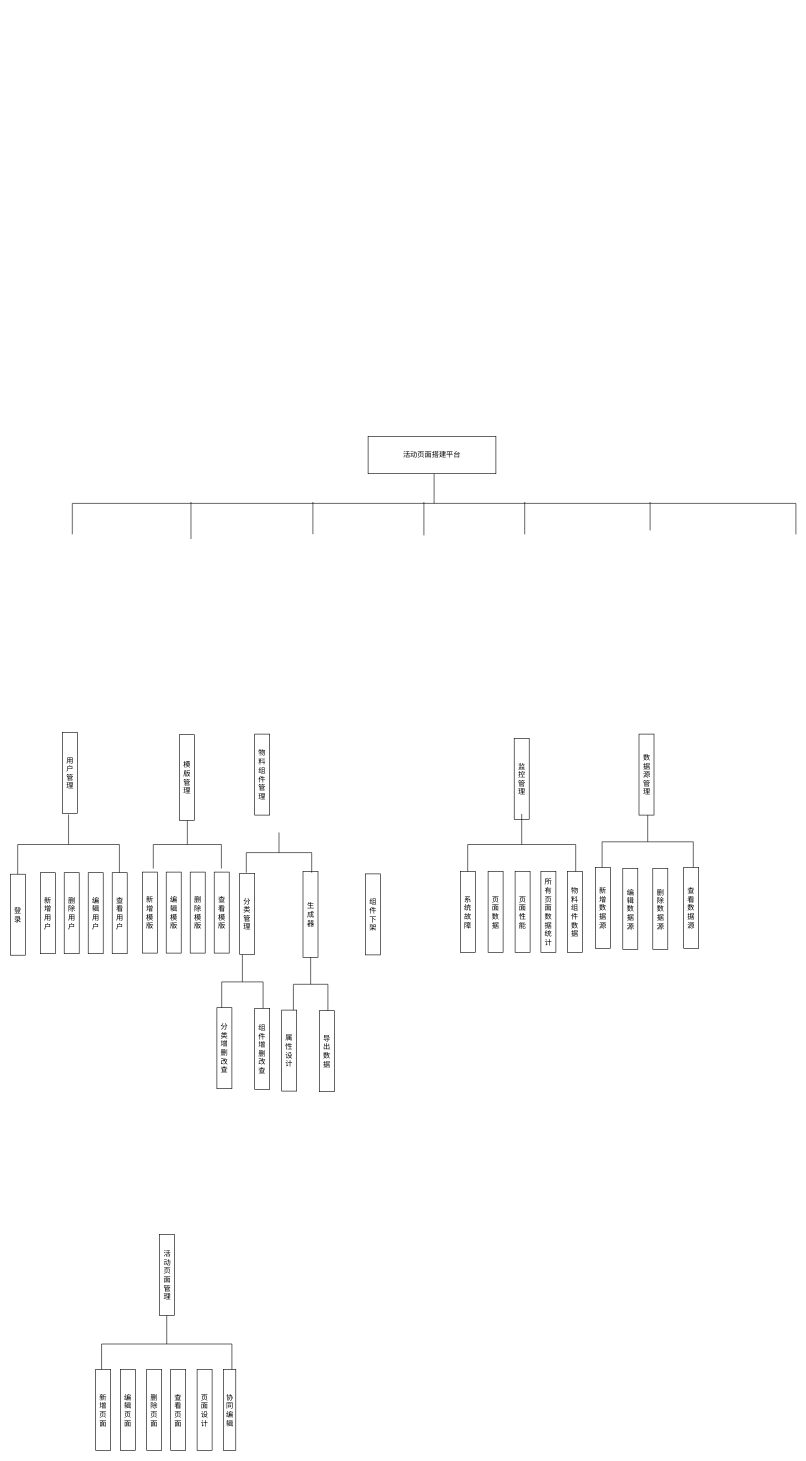
The draw.io diagram 第四章结构图.drawio in yuxinyu12345/diagrams, before the edit. Source tidied: cells renumbered, new cells numbered last; positions are measured from the earlier drawing's top-left corner, leaving out a move shared by most shapes. Both pictures are drawn from the tidied source at 60%, with x=0, y=0 at pixel (10, 436).
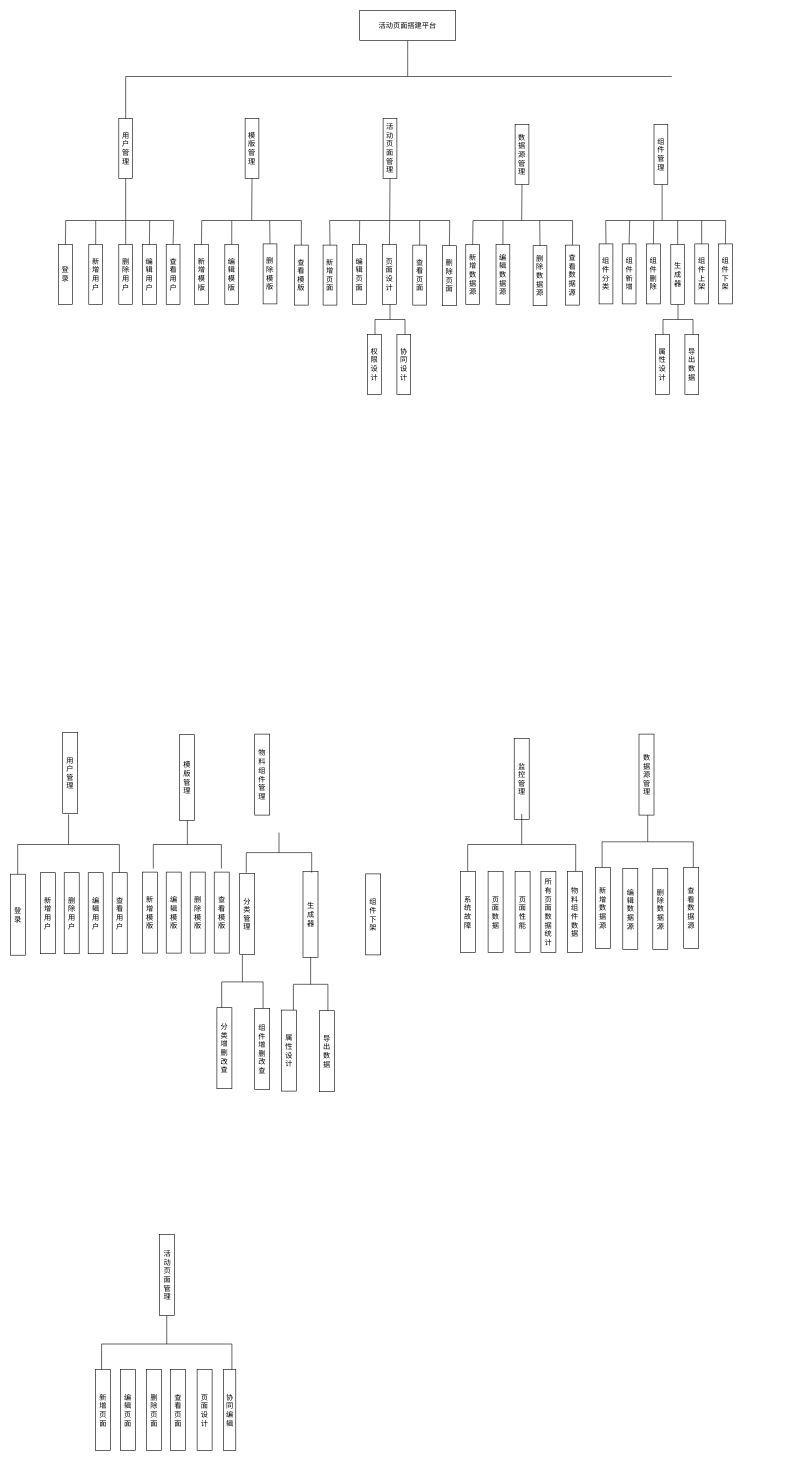
The same diagram, later.

Commit message:
更新第四章结构图.drawio

Diff of the diagram source:
```diff
@@
-    <mxCell id="2" style="strokeWidth=1;html=1;shape=mxgraph.flowchart.annotation_2;align=left;labelPosition=right;rotation=0;direction=south;" parent="1" vertex="1">
-      <mxGeometry x="103" y="60" width="1206" height="103" as="geometry" />
-    </mxCell>
-    <mxCell id="3" value="&lt;font style=&quot;font-size: 12px;&quot;&gt;活动页面搭建平台&lt;/font&gt;" style="rounded=0;whiteSpace=wrap;html=1;" parent="1" vertex="1">
-      <mxGeometry x="596" width="213" height="62" as="geometry" />
-    </mxCell>
@@
-    <mxCell id="6" style="shape=partialRectangle;whiteSpace=wrap;html=1;right=0;top=0;bottom=0;fillColor=none;routingCenterX=-0.5;" parent="1" vertex="1">
-      <mxGeometry x="300.8" y="110" width="120" height="60" as="geometry" />
-    </mxCell>
@@
-    <mxCell id="8" style="shape=partialRectangle;whiteSpace=wrap;html=1;right=0;top=0;bottom=0;fillColor=none;routingCenterX=-0.5;" parent="1" vertex="1">
-      <mxGeometry x="504" y="110" width="120" height="52" as="geometry" />
-    </mxCell>
@@
-    <mxCell id="48" style="shape=partialRectangle;whiteSpace=wrap;html=1;right=0;top=0;bottom=0;fillColor=none;routingCenterX=-0.5;" parent="1" vertex="1">
-      <mxGeometry x="689" y="110" width="120" height="54" as="geometry" />
-    </mxCell>
-    <mxCell id="49" style="shape=partialRectangle;whiteSpace=wrap;html=1;right=0;top=0;bottom=0;fillColor=none;routingCenterX=-0.5;" parent="1" vertex="1">
-      <mxGeometry x="857" y="110" width="120" height="52.2" as="geometry" />
-    </mxCell>
-    <mxCell id="50" style="shape=partialRectangle;whiteSpace=wrap;html=1;right=0;top=0;bottom=0;fillColor=none;routingCenterX=-0.5;" parent="1" vertex="1">
-      <mxGeometry x="1066" y="110" width="120" height="45.8" as="geometry" />
-    </mxCell>
@@
+    <mxCell id="3" value="&lt;font style=&quot;font-size: 12px;&quot;&gt;活动页面搭建平台&lt;/font&gt;" style="rounded=0;whiteSpace=wrap;html=1;" parent="1" vertex="1">
+      <mxGeometry x="582" y="-710" width="160" height="50" as="geometry" />
+    </mxCell>
+    <mxCell id="54" value="用户管理" style="rounded=0;whiteSpace=wrap;html=1;" parent="1" vertex="1">
+      <mxGeometry x="180.5" y="-530" width="23" height="100" as="geometry" />
+    </mxCell>
+    <mxCell id="55" value="模版管理" style="rounded=0;whiteSpace=wrap;html=1;" parent="1" vertex="1">
+      <mxGeometry x="391" y="-530" width="23" height="100" as="geometry" />
+    </mxCell>
+    <mxCell id="56" value="组件管理" style="rounded=0;whiteSpace=wrap;html=1;" parent="1" vertex="1">
+      <mxGeometry x="1072.5" y="-520" width="23" height="100" as="geometry" />
+    </mxCell>
+    <mxCell id="57" value="活动页面管理" style="rounded=0;whiteSpace=wrap;html=1;" parent="1" vertex="1">
+      <mxGeometry x="621" y="-530" width="23" height="100" as="geometry" />
+    </mxCell>
+    <mxCell id="58" style="endArrow=none;html=1;rounded=0;entryX=0.5;entryY=1;entryDx=0;entryDy=0;" parent="1" edge="1" target="3">
+      <mxGeometry relative="1" as="geometry">
+        <mxPoint x="662" y="-600" as="sourcePoint" />
+        <Array as="points">
+          <mxPoint x="662" y="-640" />
+        </Array>
+      </mxGeometry>
+    </mxCell>
+    <mxCell id="59" style="endArrow=none;html=1;rounded=0;" parent="1" edge="1">
+      <mxGeometry relative="1" as="geometry">
+        <mxPoint x="192" y="-600" as="sourcePoint" />
+        <mxPoint x="1102" y="-600" as="targetPoint" />
+      </mxGeometry>
+    </mxCell>
+    <mxCell id="60" style="endArrow=none;html=1;rounded=0;exitX=0.5;exitY=0;exitDx=0;exitDy=0;" parent="1" edge="1" source="54">
+      <mxGeometry relative="1" as="geometry">
+        <mxPoint x="192" y="-600" as="targetPoint" />
+      </mxGeometry>
+    </mxCell>
+    <mxCell id="61" value="登录" style="rounded=0;whiteSpace=wrap;html=1;" parent="1" vertex="1">
+      <mxGeometry x="80" y="-320" width="23" height="100" as="geometry" />
+    </mxCell>
+    <mxCell id="62" value="新增用户" style="rounded=0;whiteSpace=wrap;html=1;" parent="1" vertex="1">
+      <mxGeometry x="130.5" y="-320" width="23" height="100" as="geometry" />
+    </mxCell>
+    <mxCell id="63" value="删除用户" style="rounded=0;whiteSpace=wrap;html=1;" parent="1" vertex="1">
+      <mxGeometry x="180.5" y="-320" width="23" height="100" as="geometry" />
+    </mxCell>
+    <mxCell id="64" value="编辑用户" style="rounded=0;whiteSpace=wrap;html=1;" parent="1" vertex="1">
+      <mxGeometry x="220" y="-320" width="23" height="100" as="geometry" />
+    </mxCell>
+    <mxCell id="65" value="查看用户" style="rounded=0;whiteSpace=wrap;html=1;" parent="1" vertex="1">
+      <mxGeometry x="259.5" y="-320" width="23" height="100" as="geometry" />
+    </mxCell>
+    <mxCell id="66" style="endArrow=none;html=1;rounded=0;exitX=0.5;exitY=1;exitDx=0;exitDy=0;" parent="1" edge="1" source="54">
+      <mxGeometry relative="1" as="geometry">
+        <mxPoint x="192" y="-360" as="targetPoint" />
+      </mxGeometry>
+    </mxCell>
+    <mxCell id="67" style="endArrow=none;html=1;rounded=0;" parent="1" edge="1">
+      <mxGeometry relative="1" as="geometry">
+        <mxPoint x="92" y="-360" as="sourcePoint" />
+        <mxPoint x="272" y="-360" as="targetPoint" />
+      </mxGeometry>
+    </mxCell>
+    <mxCell id="68" style="endArrow=none;html=1;rounded=0;entryX=0.5;entryY=0;entryDx=0;entryDy=0;" parent="1" edge="1" target="61">
+      <mxGeometry relative="1" as="geometry">
+        <mxPoint x="92" y="-360" as="sourcePoint" />
+      </mxGeometry>
+    </mxCell>
+    <mxCell id="69" style="endArrow=none;html=1;rounded=0;entryX=0.5;entryY=0;entryDx=0;entryDy=0;" parent="1" edge="1" target="62">
+      <mxGeometry relative="1" as="geometry">
+        <mxPoint x="142" y="-360" as="sourcePoint" />
+      </mxGeometry>
+    </mxCell>
+    <mxCell id="70" style="endArrow=none;html=1;rounded=0;entryX=0.5;entryY=0;entryDx=0;entryDy=0;" parent="1" edge="1" target="63">
+      <mxGeometry relative="1" as="geometry">
+        <mxPoint x="192" y="-360" as="sourcePoint" />
+      </mxGeometry>
+    </mxCell>
+    <mxCell id="71" style="endArrow=none;html=1;rounded=0;entryX=0.5;entryY=0;entryDx=0;entryDy=0;" parent="1" edge="1" target="64">
+      <mxGeometry relative="1" as="geometry">
+        <mxPoint x="232" y="-360" as="sourcePoint" />
+      </mxGeometry>
+    </mxCell>
+    <mxCell id="72" style="endArrow=none;html=1;rounded=0;entryX=0.5;entryY=0;entryDx=0;entryDy=0;" parent="1" edge="1" target="65">
+      <mxGeometry relative="1" as="geometry">
+        <mxPoint x="272" y="-360" as="sourcePoint" />
+      </mxGeometry>
+    </mxCell>
+    <mxCell id="73" value="新增模版" style="rounded=0;whiteSpace=wrap;html=1;" parent="1" vertex="1">
+      <mxGeometry x="306.7" y="-320" width="23" height="100" as="geometry" />
+    </mxCell>
+    <mxCell id="74" value="编辑模版" style="rounded=0;whiteSpace=wrap;html=1;" parent="1" vertex="1">
+      <mxGeometry x="357.2" y="-320" width="23" height="100" as="geometry" />
+    </mxCell>
+    <mxCell id="75" value="删除模版" style="rounded=0;whiteSpace=wrap;html=1;" parent="1" vertex="1">
+      <mxGeometry x="421" y="-321" width="23" height="100" as="geometry" />
+    </mxCell>
+    <mxCell id="76" value="查看模版" style="rounded=0;whiteSpace=wrap;html=1;" parent="1" vertex="1">
+      <mxGeometry x="473.2" y="-319" width="23" height="100" as="geometry" />
+    </mxCell>
+    <mxCell id="77" style="endArrow=none;html=1;rounded=0;exitX=0.5;exitY=1;exitDx=0;exitDy=0;" parent="1" edge="1" source="55">
+      <mxGeometry relative="1" as="geometry">
+        <mxPoint x="402" y="-360" as="targetPoint" />
+      </mxGeometry>
+    </mxCell>
+    <mxCell id="78" style="endArrow=none;html=1;rounded=0;" parent="1" edge="1">
+      <mxGeometry relative="1" as="geometry">
+        <mxPoint x="318.8" y="-360" as="sourcePoint" />
+        <mxPoint x="484.8" y="-360" as="targetPoint" />
+      </mxGeometry>
+    </mxCell>
+    <mxCell id="79" style="endArrow=none;html=1;rounded=0;entryX=0.5;entryY=0;entryDx=0;entryDy=0;" parent="1" edge="1" target="73">
+      <mxGeometry relative="1" as="geometry">
+        <mxPoint x="318.8" y="-360" as="sourcePoint" />
+      </mxGeometry>
+    </mxCell>
+    <mxCell id="80" style="endArrow=none;html=1;rounded=0;entryX=0.5;entryY=0;entryDx=0;entryDy=0;" parent="1" edge="1" target="74">
+      <mxGeometry relative="1" as="geometry">
+        <mxPoint x="368.8" y="-360" as="sourcePoint" />
+      </mxGeometry>
+    </mxCell>
+    <mxCell id="81" style="endArrow=none;html=1;rounded=0;entryX=0.5;entryY=0;entryDx=0;entryDy=0;" parent="1" edge="1" target="75">
+      <mxGeometry relative="1" as="geometry">
+        <mxPoint x="432" y="-360" as="sourcePoint" />
+      </mxGeometry>
+    </mxCell>
+    <mxCell id="82" style="endArrow=none;html=1;rounded=0;entryX=0.5;entryY=0;entryDx=0;entryDy=0;" parent="1" edge="1" target="76">
+      <mxGeometry relative="1" as="geometry">
+        <mxPoint x="484.8" y="-360" as="sourcePoint" />
+      </mxGeometry>
+    </mxCell>
+    <mxCell id="83" value="新增页面" style="rounded=0;whiteSpace=wrap;html=1;" parent="1" vertex="1">
+      <mxGeometry x="521" y="-319" width="23" height="100" as="geometry" />
+    </mxCell>
+    <mxCell id="84" value="编辑页面" style="rounded=0;whiteSpace=wrap;html=1;" parent="1" vertex="1">
+      <mxGeometry x="570" y="-320" width="23" height="100" as="geometry" />
+    </mxCell>
+    <mxCell id="85" value="删除页面" style="rounded=0;whiteSpace=wrap;html=1;" parent="1" vertex="1">
+      <mxGeometry x="720" y="-318" width="23" height="100" as="geometry" />
+    </mxCell>
+    <mxCell id="86" value="查看页面" style="rounded=0;whiteSpace=wrap;html=1;" parent="1" vertex="1">
+      <mxGeometry x="670.5" y="-319" width="23" height="100" as="geometry" />
+    </mxCell>
+    <mxCell id="87" value="页面设计" style="rounded=0;whiteSpace=wrap;html=1;" parent="1" vertex="1">
+      <mxGeometry x="620" y="-320" width="23" height="100" as="geometry" />
+    </mxCell>
+    <mxCell id="88" value="权限设计" style="rounded=0;whiteSpace=wrap;html=1;" parent="1" vertex="1">
+      <mxGeometry x="595" y="-170" width="23" height="100" as="geometry" />
+    </mxCell>
+    <mxCell id="89" value="协同设计" style="rounded=0;whiteSpace=wrap;html=1;" parent="1" vertex="1">
+      <mxGeometry x="644" y="-170" width="23" height="100" as="geometry" />
+    </mxCell>
+    <mxCell id="90" value="数据源管理" style="rounded=0;whiteSpace=wrap;html=1;" parent="1" vertex="1">
+      <mxGeometry x="841" y="-520" width="23" height="100" as="geometry" />
+    </mxCell>
+    <mxCell id="91" value="新增数据源" style="rounded=0;whiteSpace=wrap;html=1;" parent="1" vertex="1">
+      <mxGeometry x="758.8" y="-320" width="23" height="100" as="geometry" />
+    </mxCell>
+    <mxCell id="92" value="编辑数据源" style="rounded=0;whiteSpace=wrap;html=1;" parent="1" vertex="1">
+      <mxGeometry x="809.2" y="-320" width="23" height="100" as="geometry" />
+    </mxCell>
+    <mxCell id="93" value="删除数据源" style="rounded=0;whiteSpace=wrap;html=1;" parent="1" vertex="1">
+      <mxGeometry x="871" y="-318" width="23" height="100" as="geometry" />
+    </mxCell>
+    <mxCell id="94" value="查看数据源" style="rounded=0;whiteSpace=wrap;html=1;" parent="1" vertex="1">
+      <mxGeometry x="925.2" y="-319" width="23" height="100" as="geometry" />
+    </mxCell>
+    <mxCell id="95" style="endArrow=none;html=1;rounded=0;exitX=0.5;exitY=1;exitDx=0;exitDy=0;" parent="1" edge="1" source="90">
+      <mxGeometry relative="1" as="geometry">
+        <mxPoint x="852" y="-360" as="targetPoint" />
+      </mxGeometry>
+    </mxCell>
+    <mxCell id="96" style="endArrow=none;html=1;rounded=0;" parent="1" edge="1">
+      <mxGeometry relative="1" as="geometry">
+        <mxPoint x="770.8" y="-360" as="sourcePoint" />
+        <mxPoint x="936.8" y="-360" as="targetPoint" />
+      </mxGeometry>
+    </mxCell>
+    <mxCell id="97" style="endArrow=none;html=1;rounded=0;entryX=0.5;entryY=0;entryDx=0;entryDy=0;" parent="1" edge="1" target="91">
+      <mxGeometry relative="1" as="geometry">
+        <mxPoint x="770.8" y="-360" as="sourcePoint" />
+      </mxGeometry>
+    </mxCell>
+    <mxCell id="98" style="endArrow=none;html=1;rounded=0;entryX=0.5;entryY=0;entryDx=0;entryDy=0;" parent="1" edge="1" target="92">
+      <mxGeometry relative="1" as="geometry">
+        <mxPoint x="820.8" y="-360" as="sourcePoint" />
+      </mxGeometry>
+    </mxCell>
+    <mxCell id="99" style="endArrow=none;html=1;rounded=0;entryX=0.5;entryY=0;entryDx=0;entryDy=0;" parent="1" edge="1" target="93">
+      <mxGeometry relative="1" as="geometry">
+        <mxPoint x="882" y="-360" as="sourcePoint" />
+      </mxGeometry>
+    </mxCell>
+    <mxCell id="100" style="endArrow=none;html=1;rounded=0;entryX=0.5;entryY=0;entryDx=0;entryDy=0;" parent="1" edge="1" target="94">
+      <mxGeometry relative="1" as="geometry">
+        <mxPoint x="936.8" y="-360" as="sourcePoint" />
+      </mxGeometry>
+    </mxCell>
+    <mxCell id="101" style="endArrow=none;html=1;rounded=0;entryX=0.5;entryY=1;entryDx=0;entryDy=0;" parent="1" edge="1" target="57">
+      <mxGeometry relative="1" as="geometry">
+        <mxPoint x="632" y="-360" as="sourcePoint" />
+      </mxGeometry>
+    </mxCell>
+    <mxCell id="102" style="endArrow=none;html=1;rounded=0;entryX=-4.007;entryY=0.525;entryDx=0;entryDy=0;entryPerimeter=0;" parent="1" edge="1">
+      <mxGeometry relative="1" as="geometry">
+        <mxPoint x="532" y="-360" as="sourcePoint" />
+        <mxPoint x="732.3" y="-360" as="targetPoint" />
+      </mxGeometry>
+    </mxCell>
+    <mxCell id="103" style="endArrow=none;html=1;rounded=0;exitX=0.5;exitY=0;exitDx=0;exitDy=0;" parent="1" edge="1" source="87">
+      <mxGeometry relative="1" as="geometry">
+        <mxPoint x="632" y="-360" as="targetPoint" />
+      </mxGeometry>
+    </mxCell>
+    <mxCell id="104" style="endArrow=none;html=1;rounded=0;exitX=0.5;exitY=0;exitDx=0;exitDy=0;" parent="1" edge="1" source="83">
+      <mxGeometry relative="1" as="geometry">
+        <mxPoint x="532" y="-360" as="targetPoint" />
+      </mxGeometry>
+    </mxCell>
+    <mxCell id="105" style="endArrow=none;html=1;rounded=0;exitX=0.5;exitY=0;exitDx=0;exitDy=0;" parent="1" edge="1" source="84">
+      <mxGeometry relative="1" as="geometry">
+        <mxPoint x="582" y="-360" as="targetPoint" />
+      </mxGeometry>
+    </mxCell>
+    <mxCell id="106" style="endArrow=none;html=1;rounded=0;exitX=0.5;exitY=0;exitDx=0;exitDy=0;" parent="1" edge="1" source="86">
+      <mxGeometry relative="1" as="geometry">
+        <mxPoint x="682" y="-360" as="targetPoint" />
+      </mxGeometry>
+    </mxCell>
+    <mxCell id="107" style="endArrow=none;html=1;rounded=0;exitX=0.5;exitY=0;exitDx=0;exitDy=0;" parent="1" edge="1" source="85">
+      <mxGeometry relative="1" as="geometry">
+        <mxPoint x="732" y="-360" as="targetPoint" />
+      </mxGeometry>
+    </mxCell>
+    <mxCell id="108" value="组件分类" style="rounded=0;whiteSpace=wrap;html=1;" parent="1" vertex="1">
+      <mxGeometry x="981" y="-321" width="23" height="100" as="geometry" />
+    </mxCell>
+    <mxCell id="109" value="组件新增" style="rounded=0;whiteSpace=wrap;html=1;" parent="1" vertex="1">
+      <mxGeometry x="1019.5" y="-321" width="23" height="100" as="geometry" />
+    </mxCell>
+    <mxCell id="110" value="组件删除" style="rounded=0;whiteSpace=wrap;html=1;" parent="1" vertex="1">
+      <mxGeometry x="1060" y="-321" width="23" height="100" as="geometry" />
+    </mxCell>
+    <mxCell id="111" value="生成器" style="rounded=0;whiteSpace=wrap;html=1;" parent="1" vertex="1">
+      <mxGeometry x="1100.5" y="-320" width="23" height="100" as="geometry" />
+    </mxCell>
+    <mxCell id="112" value="组件上架" style="rounded=0;whiteSpace=wrap;html=1;" parent="1" vertex="1">
+      <mxGeometry x="1140.5" y="-321" width="23" height="100" as="geometry" />
+    </mxCell>
+    <mxCell id="113" value="组件下架" style="rounded=0;whiteSpace=wrap;html=1;" parent="1" vertex="1">
+      <mxGeometry x="1180" y="-321" width="23" height="100" as="geometry" />
+    </mxCell>
+    <mxCell id="114" style="endArrow=none;html=1;rounded=0;entryX=0.5;entryY=1;entryDx=0;entryDy=0;" parent="1" edge="1">
+      <mxGeometry relative="1" as="geometry">
+        <mxPoint x="1086" y="-360" as="sourcePoint" />
+        <mxPoint x="1086" y="-420" as="targetPoint" />
+      </mxGeometry>
+    </mxCell>
+    <mxCell id="115" style="endArrow=none;html=1;rounded=0;" parent="1" edge="1">
+      <mxGeometry relative="1" as="geometry">
+        <mxPoint x="992" y="-360" as="sourcePoint" />
+        <mxPoint x="1192" y="-360" as="targetPoint" />
+      </mxGeometry>
+    </mxCell>
+    <mxCell id="116" style="endArrow=none;html=1;rounded=0;exitX=0.5;exitY=0;exitDx=0;exitDy=0;" parent="1" edge="1" source="108">
+      <mxGeometry relative="1" as="geometry">
+        <mxPoint x="992" y="-360" as="targetPoint" />
+      </mxGeometry>
+    </mxCell>
+    <mxCell id="117" style="endArrow=none;html=1;rounded=0;exitX=0.5;exitY=0;exitDx=0;exitDy=0;" parent="1" edge="1" source="109">
+      <mxGeometry relative="1" as="geometry">
+        <mxPoint x="1032" y="-360" as="targetPoint" />
+      </mxGeometry>
+    </mxCell>
+    <mxCell id="118" style="endArrow=none;html=1;rounded=0;exitX=0.5;exitY=0;exitDx=0;exitDy=0;" parent="1" edge="1" source="110">
+      <mxGeometry relative="1" as="geometry">
+        <mxPoint x="1072" y="-360" as="targetPoint" />
+      </mxGeometry>
+    </mxCell>
+    <mxCell id="119" style="endArrow=none;html=1;rounded=0;exitX=0.5;exitY=0;exitDx=0;exitDy=0;" parent="1" edge="1" source="111">
+      <mxGeometry relative="1" as="geometry">
+        <mxPoint x="1112" y="-360" as="targetPoint" />
+      </mxGeometry>
+    </mxCell>
+    <mxCell id="120" style="endArrow=none;html=1;rounded=0;exitX=0.5;exitY=0;exitDx=0;exitDy=0;" parent="1" edge="1" source="112">
+      <mxGeometry relative="1" as="geometry">
+        <mxPoint x="1152" y="-360" as="targetPoint" />
+      </mxGeometry>
+    </mxCell>
+    <mxCell id="121" style="endArrow=none;html=1;rounded=0;exitX=0.5;exitY=0;exitDx=0;exitDy=0;" parent="1" edge="1" source="113">
+      <mxGeometry relative="1" as="geometry">
+        <mxPoint x="1192" y="-360" as="targetPoint" />
+      </mxGeometry>
+    </mxCell>
+    <mxCell id="122" style="strokeWidth=1;html=1;shape=mxgraph.flowchart.annotation_2;align=left;labelPosition=right;direction=south;" parent="1" vertex="1">
+      <mxGeometry x="607.5" y="-220" width="50" height="50" as="geometry" />
+    </mxCell>
+    <mxCell id="123" value="属性设计" style="rounded=0;whiteSpace=wrap;html=1;" parent="1" vertex="1">
+      <mxGeometry x="1075" y="-170" width="23" height="100" as="geometry" />
+    </mxCell>
+    <mxCell id="124" value="导出数据" style="rounded=0;whiteSpace=wrap;html=1;" parent="1" vertex="1">
+      <mxGeometry x="1124" y="-170" width="23" height="100" as="geometry" />
+    </mxCell>
+    <mxCell id="125" style="strokeWidth=1;html=1;shape=mxgraph.flowchart.annotation_2;align=left;labelPosition=right;direction=south;" parent="1" vertex="1">
+      <mxGeometry x="1087.5" y="-220" width="50" height="50" as="geometry" />
+    </mxCell>
```
